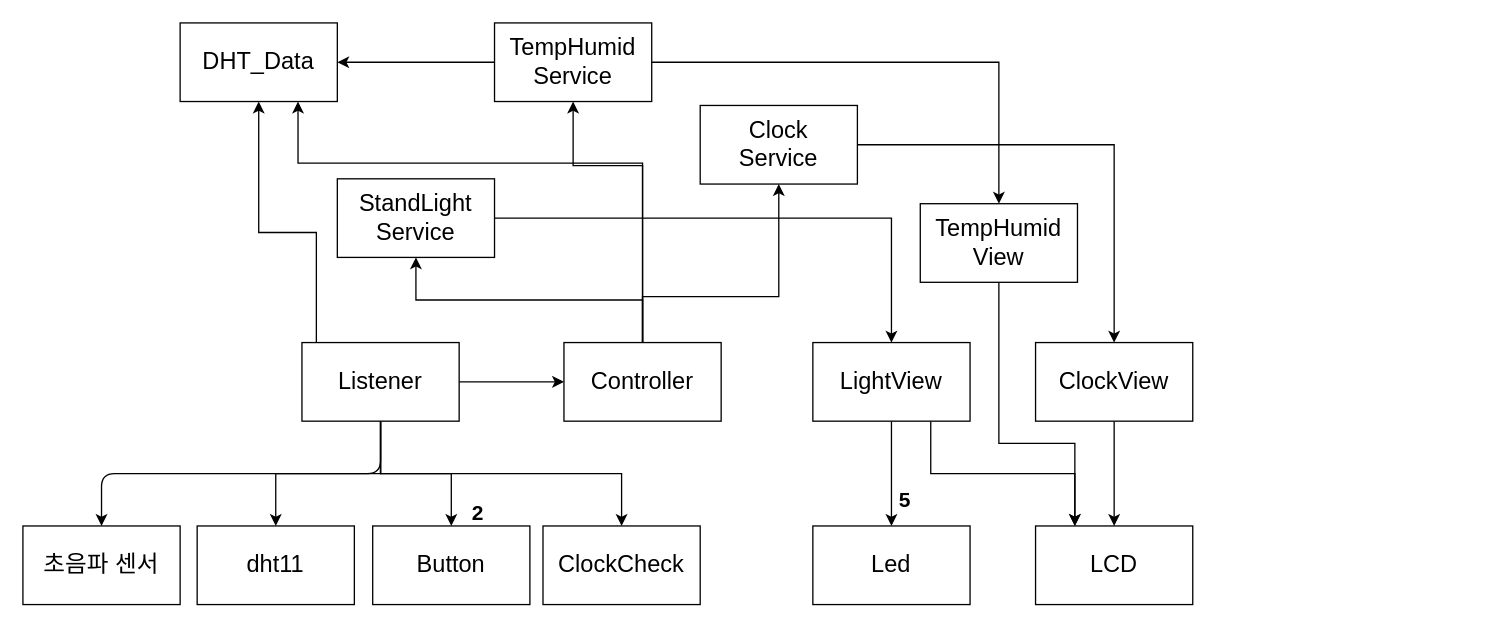
The draw.io diagram page "페이지-1" (1 of 2) of sw_design/architecture.drawio in kyw6416/StandLight_Clock_Temp_distance, before the edit. Source tidied: cells renumbered, new cells numbered last; positions are measured from the earlier drawing's top-left corner, leaving out a move shared by most shapes. Both pictures are drawn from the tidied source at 131%, with x=0, y=0 at pixel (22, 22).
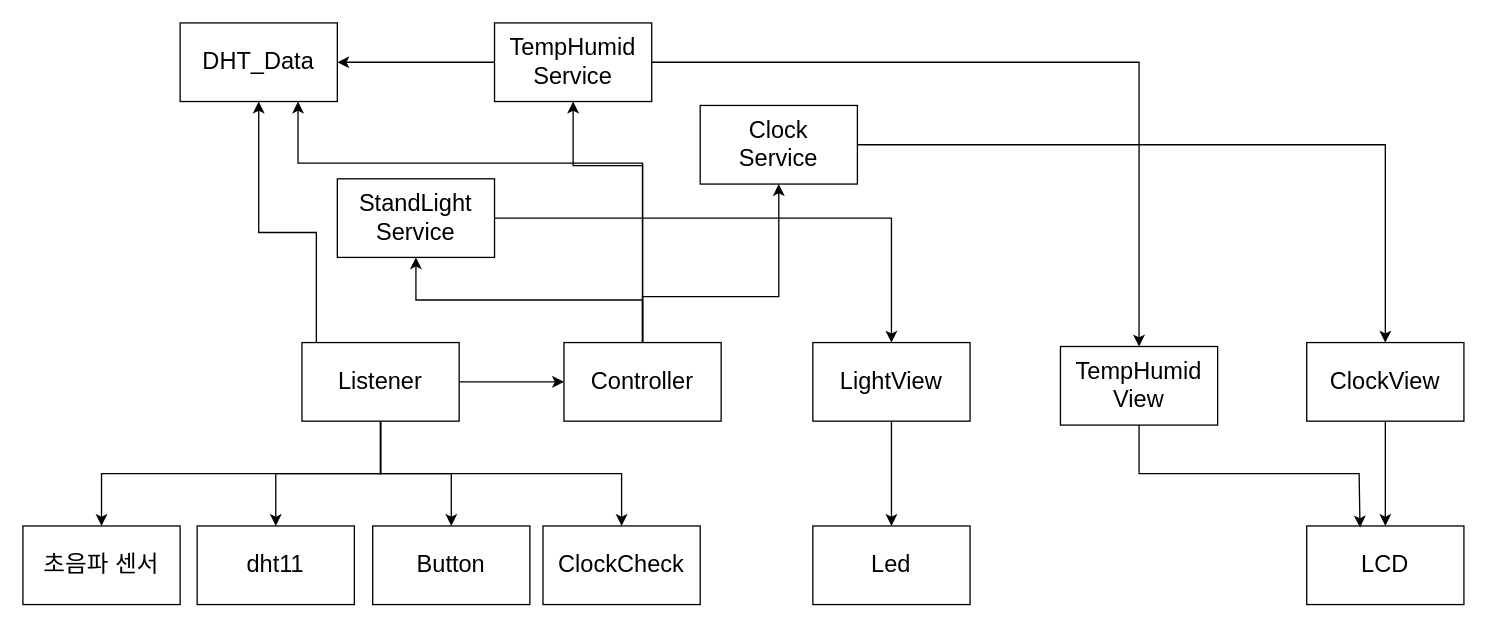
The same page after the edit.

Unchanged cells that the change refers to:
```xml
<mxCell id="9" value="Listener" style="whiteSpace=wrap;html=1;fontSize=18;" parent="1" vertex="1">
  <mxGeometry x="213" y="244" width="120" height="60" as="geometry" />
</mxCell>
<mxCell id="17" value="LightView" style="whiteSpace=wrap;html=1;fontSize=18;" parent="1" vertex="1">
  <mxGeometry x="603" y="244" width="120" height="60" as="geometry" />
</mxCell>
<mxCell id="28" value="ClockCheck" style="whiteSpace=wrap;html=1;fontSize=18;" parent="1" vertex="1">
  <mxGeometry x="397" y="384" width="120" height="60" as="geometry" />
</mxCell>
<mxCell id="36" value="초음파 센서" style="whiteSpace=wrap;html=1;fontSize=18;" parent="1" vertex="1">
  <mxGeometry y="384" width="120" height="60" as="geometry" />
</mxCell>
```

Change to the diagram source:
```diff
@@
-    <mxCell id="4" style="edgeStyle=orthogonalEdgeStyle;rounded=0;html=1;exitX=0.5;exitY=1;exitDx=0;exitDy=0;entryX=0.5;entryY=0;entryDx=0;entryDy=0;fontSize=16;" parent="1" edge="1" source="9" target="28">
-      <mxGeometry relative="1" as="geometry" />
-    </mxCell>
@@
-    <mxCell id="8" style="edgeStyle=elbowEdgeStyle;html=1;exitX=0.5;exitY=1;exitDx=0;exitDy=0;entryX=0.5;entryY=0;entryDx=0;entryDy=0;elbow=vertical;" parent="1" edge="1" source="9" target="36">
-      <mxGeometry relative="1" as="geometry" />
-    </mxCell>
@@
-    <mxCell id="16" style="edgeStyle=orthogonalEdgeStyle;rounded=0;html=1;exitX=0.75;exitY=1;exitDx=0;exitDy=0;entryX=0.25;entryY=0;entryDx=0;entryDy=0;" parent="1" edge="1" source="17" target="23">
-      <mxGeometry relative="1" as="geometry" />
-    </mxCell>
@@
-    <mxCell id="21" value="2" style="text;html=1;align=center;verticalAlign=middle;strokeColor=none;fillColor=none;fontSize=16;fontStyle=1;" parent="1" vertex="1">
-      <mxGeometry x="337" y="364" width="20" height="20" as="geometry" />
-    </mxCell>
-    <mxCell id="22" value="5" style="text;html=1;align=center;verticalAlign=middle;strokeColor=none;fillColor=none;fontSize=16;fontStyle=1;" parent="1" vertex="1">
-      <mxGeometry x="663" y="354" width="20" height="20" as="geometry" />
-    </mxCell>
     <mxCell id="23" value="LCD" style="whiteSpace=wrap;html=1;fontSize=18;" parent="1" vertex="1">
-      <mxGeometry x="773" y="384" width="120" height="60" as="geometry" />
+      <mxGeometry x="980" y="384" width="120" height="60" as="geometry" />
     </mxCell>
@@
     <mxCell id="27" value="ClockView" style="whiteSpace=wrap;html=1;fontSize=18;" parent="1" vertex="1">
-      <mxGeometry x="773" y="244" width="120" height="60" as="geometry" />
+      <mxGeometry x="980" y="244" width="120" height="60" as="geometry" />
     </mxCell>
@@
-    <mxCell id="33" style="edgeStyle=orthogonalEdgeStyle;rounded=0;html=1;exitX=0.5;exitY=1;exitDx=0;exitDy=0;entryX=0.25;entryY=0;entryDx=0;entryDy=0;" parent="1" edge="1" source="34" target="23">
+    <mxCell id="33" style="edgeStyle=none;rounded=0;html=1;exitX=0.5;exitY=1;exitDx=0;exitDy=0;entryX=0.339;entryY=0.018;entryDx=0;entryDy=0;entryPerimeter=0;" parent="1" edge="1" source="34" target="23">
       <mxGeometry relative="1" as="geometry">
         <Array as="points">
-          <mxPoint x="745" y="321" />
-          <mxPoint x="803" y="321" />
+          <mxPoint x="852" y="344" />
+          <mxPoint x="1020" y="344" />
         </Array>
       </mxGeometry>
     </mxCell>
     <mxCell id="34" value="TempHumid&lt;br&gt;View" style="whiteSpace=wrap;html=1;fontSize=18;" parent="1" vertex="1">
-      <mxGeometry x="685" y="138" width="120" height="60" as="geometry" />
+      <mxGeometry x="792" y="247" width="120" height="60" as="geometry" />
     </mxCell>
@@
+    <mxCell id="4" style="edgeStyle=orthogonalEdgeStyle;rounded=0;html=1;entryX=0.5;entryY=0;entryDx=0;entryDy=0;exitX=0.5;exitY=1;exitDx=0;exitDy=0;" parent="1" edge="1" source="9" target="28">
+      <mxGeometry relative="1" as="geometry">
+        <Array as="points">
+          <mxPoint x="273" y="344" />
+          <mxPoint x="457" y="344" />
+        </Array>
+      </mxGeometry>
+    </mxCell>
+    <mxCell id="8" style="edgeStyle=orthogonalEdgeStyle;rounded=0;html=1;exitX=0.5;exitY=1;exitDx=0;exitDy=0;entryX=0.5;entryY=0;entryDx=0;entryDy=0;" parent="1" edge="1" source="9" target="36">
+      <mxGeometry relative="1" as="geometry" />
+    </mxCell>
```
